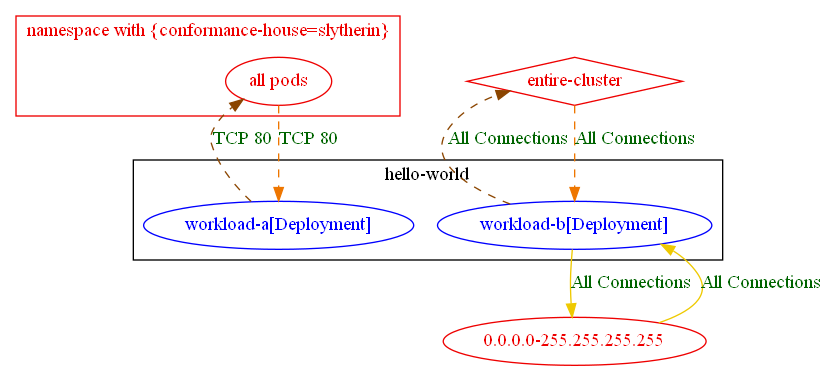
This is test_outputs/connlist/exposure_test_with_anp_1_exposure_output.dot.png from np-guard/netpol-analyzer, a Graphviz export, as it was before one commit. Its source is kept beside it as test_outputs/connlist/exposure_test_with_anp_1_exposure_output.dot.
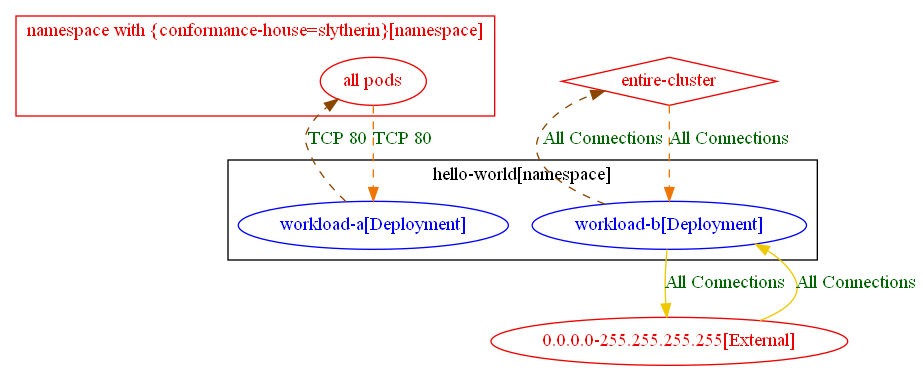
The same diagram one commit later.

Diff of the diagram source:
```diff
@@ -1,23 +1,23 @@
 digraph {
-	subgraph "cluster_hello_world" {
+	subgraph "cluster_hello_world[namespace]" {
 		color="black"
 		fontcolor="black"
 		"hello-world/workload-a[Deployment]" [label="workload-a[Deployment]" color="blue" fontcolor="blue"]
 		"hello-world/workload-b[Deployment]" [label="workload-b[Deployment]" color="blue" fontcolor="blue"]
-		label="hello-world"
+		label="hello-world[namespace]"
 	}
-	subgraph "cluster_namespace with {conformance_house=slytherin}" {
+	subgraph "cluster_namespace with {conformance_house=slytherin}[namespace]" {
 		color="red2"
 		fontcolor="red2"
 		"all pods_in_namespace with {conformance-house=slytherin}" [label="all pods" color="red2" fontcolor="red2"]
-		label="namespace with {conformance-house=slytherin}"
+		label="namespace with {conformance-house=slytherin}[namespace]"
 	}
-	"0.0.0.0-255.255.255.255" [label="0.0.0.0-255.255.255.255" color="red2" fontcolor="red2"]
+	"0.0.0.0-255.255.255.255[External]" [label="0.0.0.0-255.255.255.255[External]" color="red2" fontcolor="red2"]
 	"entire-cluster" [label="entire-cluster" color="red2" fontcolor="red2" shape=diamond]
-	"0.0.0.0-255.255.255.255" -> "hello-world/workload-b[Deployment]" [label="All Connections" color="gold2" fontcolor="darkgreen" weight=0.5]
+	"0.0.0.0-255.255.255.255[External]" -> "hello-world/workload-b[Deployment]" [label="All Connections" color="gold2" fontcolor="darkgreen" weight=0.5]
 	"all pods_in_namespace with {conformance-house=slytherin}" -> "hello-world/workload-a[Deployment]" [label="TCP 80" color="darkorange2" fontcolor="darkgreen" weight=1 style=dashed]
 	"entire-cluster" -> "hello-world/workload-b[Deployment]" [label="All Connections" color="darkorange2" fontcolor="darkgreen" weight=1 style=dashed]
 	"hello-world/workload-a[Deployment]" -> "all pods_in_namespace with {conformance-house=slytherin}" [label="TCP 80" color="darkorange4" fontcolor="darkgreen" weight=0.5 style=dashed]
-	"hello-world/workload-b[Deployment]" -> "0.0.0.0-255.255.255.255" [label="All Connections" color="gold2" fontcolor="darkgreen" weight=1]
+	"hello-world/workload-b[Deployment]" -> "0.0.0.0-255.255.255.255[External]" [label="All Connections" color="gold2" fontcolor="darkgreen" weight=1]
 	"hello-world/workload-b[Deployment]" -> "entire-cluster" [label="All Connections" color="darkorange4" fontcolor="darkgreen" weight=0.5 style=dashed]
 }
```
